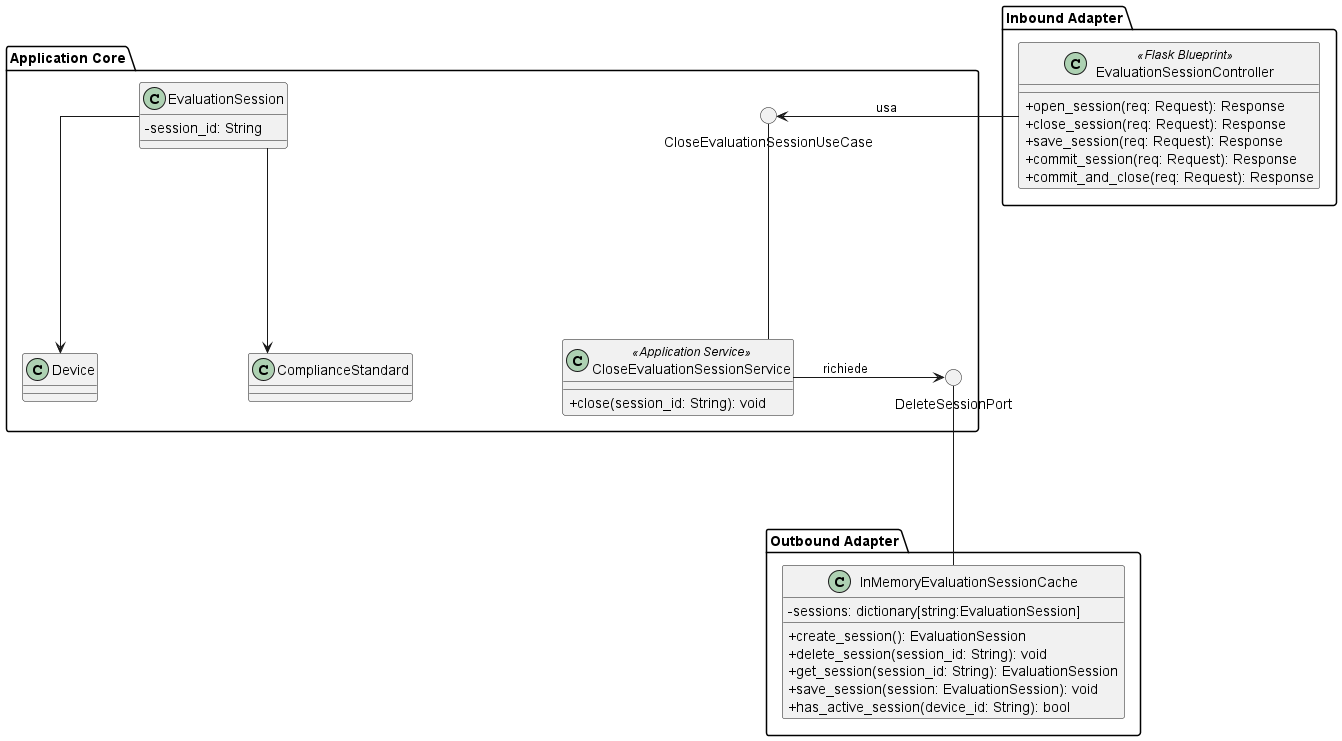
This is src/PB/DocumentazioneEsterna/Specifica_Tecnica/content/uml/png/Session/CloseEvaluationSession.png from GroupRubberDuck/Documentazione, a PlantUML export, as it was before one commit.
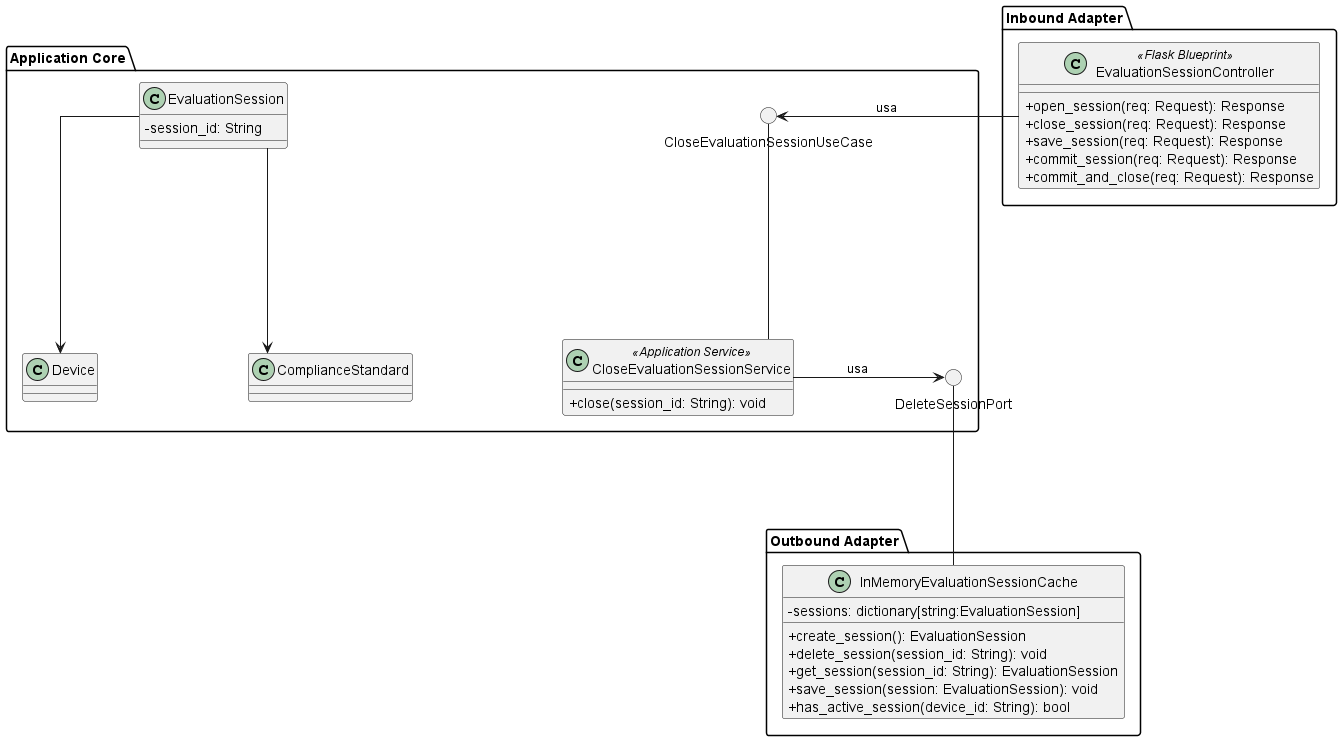
The same diagram one commit later.

Change to the diagram source:
```diff
@@ -19,7 +19,7 @@
     !include Domain/EvaluationSession.puml
 
     CloseEvaluationSessionService -up- CloseEvaluationSessionUseCase
-    CloseEvaluationSessionService -> DeleteSessionPort : richiede
+    CloseEvaluationSessionService -> DeleteSessionPort : usa
 }
 
 package "Outbound Adapter" {
```
